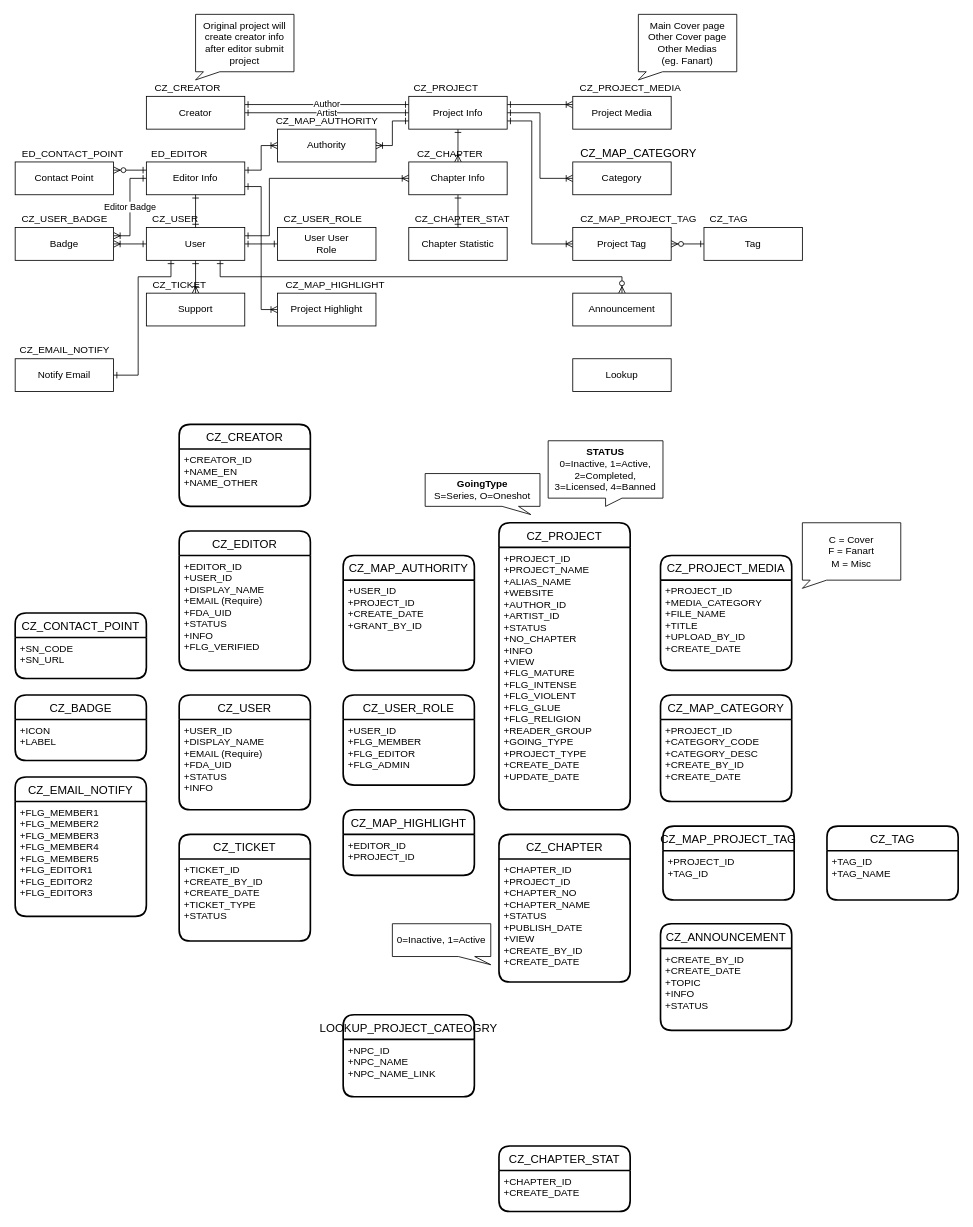
Above: page "ER" (4 of 5) of Untitled Diagram.drawio in clazclaz/demo_git (draw.io), before the change. Source tidied: cells renumbered, new cells numbered last; positions are measured from the earlier drawing's top-left corner, leaving out a move shared by most shapes. Both pictures are drawn from the tidied source at 82%, with x=0, y=0 at pixel (15, 14).
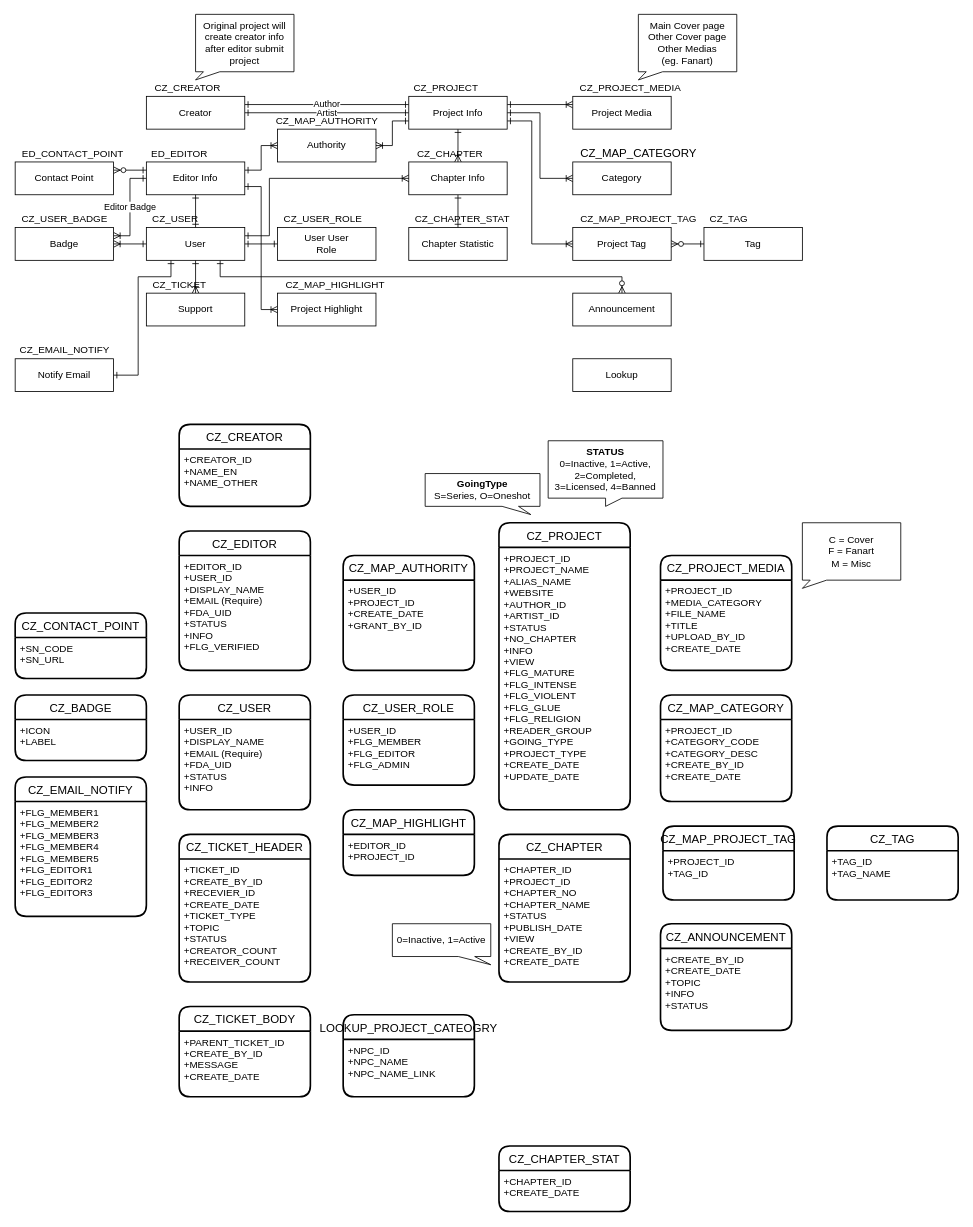
The same diagram, later.

The edit, as a diff of the source:
```diff
@@
-    <mxCell id="57" value="CZ_TICKET" style="swimlane;horizontal=1;startSize=30;rounded=1;fontSize=14;fontStyle=0;strokeWidth=2;shadow=0;dashed=0;align=center;" parent="1" vertex="1">
-      <mxGeometry x="200" y="1000" width="160" height="130" as="geometry" />
+    <mxCell id="57" value="CZ_TICKET_HEADER" style="swimlane;horizontal=1;startSize=30;rounded=1;fontSize=14;fontStyle=0;strokeWidth=2;shadow=0;dashed=0;align=center;" parent="1" vertex="1">
+      <mxGeometry x="200" y="1000" width="160" height="180" as="geometry" />
     </mxCell>
-    <mxCell id="58" value="+TICKET_ID&#10;+CREATE_BY_ID&#10;+CREATE_DATE&#10;+TICKET_TYPE&#10;+STATUS" style="align=left;strokeColor=none;fillColor=none;spacingLeft=4;fontSize=12;verticalAlign=top;" parent="57" vertex="1">
-      <mxGeometry y="30" width="160" height="100" as="geometry" />
+    <mxCell id="58" value="+TICKET_ID&#10;+CREATE_BY_ID&#10;+RECEVIER_ID&#10;+CREATE_DATE&#10;+TICKET_TYPE&#10;+TOPIC&#10;+STATUS&#10;+CREATOR_COUNT&#10;+RECEIVER_COUNT" style="align=left;strokeColor=none;fillColor=none;spacingLeft=4;fontSize=12;verticalAlign=top;" parent="57" vertex="1">
+      <mxGeometry y="30" width="160" height="150" as="geometry" />
     </mxCell>
@@
+    <mxCell id="102" value="CZ_TICKET_BODY" style="swimlane;horizontal=1;startSize=30;rounded=1;fontSize=14;fontStyle=0;strokeWidth=2;shadow=0;dashed=0;align=center;" parent="1" vertex="1">
+      <mxGeometry x="200" y="1210" width="160" height="110" as="geometry" />
+    </mxCell>
+    <mxCell id="103" value="+PARENT_TICKET_ID&#10;+CREATE_BY_ID&#10;+MESSAGE&#10;+CREATE_DATE" style="align=left;strokeColor=none;fillColor=none;spacingLeft=4;fontSize=12;verticalAlign=top;" parent="102" vertex="1">
+      <mxGeometry y="30" width="160" height="80" as="geometry" />
+    </mxCell>
```
